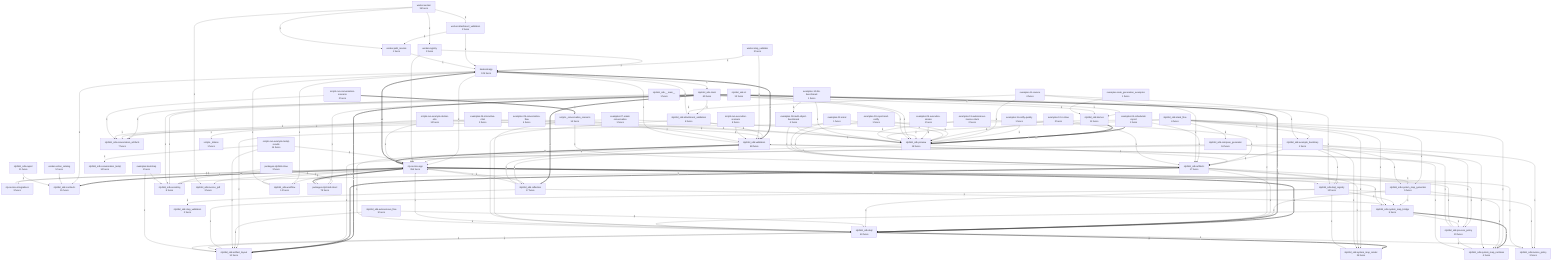
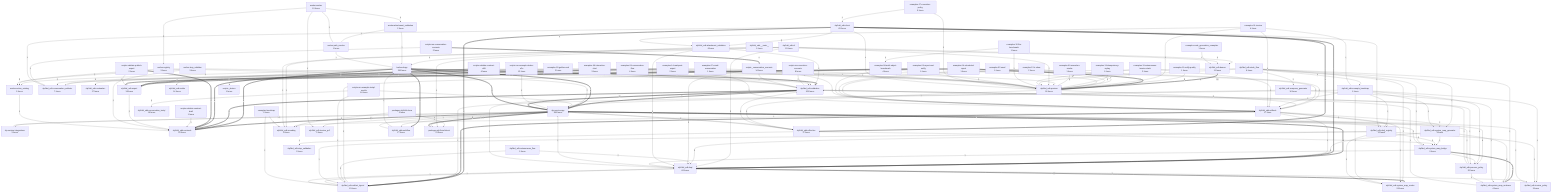
flowchart TD
- %% generated in 0.09s
-     backend__app["backend.app<br/>125 funcs"]
+ %% generated in 0.15s
+     backend__app["backend.app<br/>156 funcs"]
    examples__01_invoice["examples.01-invoice<br/>4 funcs"]
    examples__02_email["examples.02-email<br/>1 funcs"]
    examples__03_report_and_notify["examples.03-report-and-notify<br/>1 funcs"]
    examples__04_scheduled_report["examples.04-scheduled-report<br/>1 funcs"]
    examples__05_conversation_flow["examples.05-conversation-flow<br/>4 funcs"]
    examples__06_interactive_chat["examples.06-interactive-chat<br/>3 funcs"]
    examples__07_email_conversation["examples.07-email-conversation<br/>1 funcs"]
    examples__08_multi_object_benchmark["examples.08-multi-object-benchmark<br/>4 funcs"]
    examples__09_execution_smoke["examples.09-execution-smoke<br/>1 funcs"]
    examples__10_llm_benchmark["examples.10-llm-benchmark<br/>1 funcs"]
    examples__11_notify_quality["examples.11-notify-quality<br/>1 funcs"]
    examples__12_ir_show["examples.12-ir-show<br/>2 funcs"]
    examples__13_autonomous_invoice_stack["examples.13-autonomous-invoice-stack<br/>2 funcs"]
-     examples__bootstrap["examples.bootstrap<br/>1 funcs"]
+     examples__14_markpact_export["examples.14-markpact-export<br/>2 funcs"]
+     examples__15_idempotency_replay["examples.15-idempotency-replay<br/>1 funcs"]
+     examples__16_golden_eval["examples.16-golden-eval<br/>2 funcs"]
+     examples__17_execution_policy["examples.17-execution-policy<br/>5 funcs"]
+     examples__bootstrap["examples.bootstrap<br/>2 funcs"]
    examples__code_generation_examples["examples.code_generation_examples<br/>1 funcs"]
    nlp_service__app["nlp-service.app<br/>356 funcs"]
    nlp_service__integrations["nlp-service.integrations<br/>3 funcs"]
    nlp2dsl_sdk____main__["nlp2dsl_sdk.__main__<br/>1 funcs"]
    nlp2dsl_sdk__artifact_layout["nlp2dsl_sdk.artifact_layout<br/>10 funcs"]
    nlp2dsl_sdk__artifacts["nlp2dsl_sdk.artifacts<br/>17 funcs"]
    nlp2dsl_sdk__attachment_validation["nlp2dsl_sdk.attachment_validation<br/>6 funcs"]
    nlp2dsl_sdk__autonomous_flow["nlp2dsl_sdk.autonomous_flow<br/>5 funcs"]
    nlp2dsl_sdk__cli["nlp2dsl_sdk.cli<br/>13 funcs"]
-     nlp2dsl_sdk__client["nlp2dsl_sdk.client<br/>60 funcs"]
+     nlp2dsl_sdk__client["nlp2dsl_sdk.client<br/>63 funcs"]
    nlp2dsl_sdk__compose_generator["nlp2dsl_sdk.compose_generator<br/>16 funcs"]
-     nlp2dsl_sdk__contracts["nlp2dsl_sdk.contracts<br/>15 funcs"]
+     nlp2dsl_sdk__contracts["nlp2dsl_sdk.contracts<br/>26 funcs"]
    nlp2dsl_sdk__conversation_artifacts["nlp2dsl_sdk.conversation_artifacts<br/>7 funcs"]
    nlp2dsl_sdk__conversation_testql["nlp2dsl_sdk.conversation_testql<br/>10 funcs"]
    nlp2dsl_sdk__demos["nlp2dsl_sdk.demos<br/>11 funcs"]
    nlp2dsl_sdk__doql["nlp2dsl_sdk.doql<br/>60 funcs"]
    nlp2dsl_sdk__doql_registry["nlp2dsl_sdk.doql_registry<br/>12 funcs"]
    nlp2dsl_sdk__encoding["nlp2dsl_sdk.encoding<br/>8 funcs"]
+     nlp2dsl_sdk__evaluation["nlp2dsl_sdk.evaluation<br/>17 funcs"]
    nlp2dsl_sdk__example_bootstrap["nlp2dsl_sdk.example_bootstrap<br/>1 funcs"]
-     nlp2dsl_sdk__export["nlp2dsl_sdk.export<br/>11 funcs"]
+     nlp2dsl_sdk__export["nlp2dsl_sdk.export<br/>18 funcs"]
    nlp2dsl_sdk__invoice_pdf["nlp2dsl_sdk.invoice_pdf<br/>3 funcs"]
    nlp2dsl_sdk__invoice_policy["nlp2dsl_sdk.invoice_policy<br/>3 funcs"]
+     nlp2dsl_sdk__mullm["nlp2dsl_sdk.mullm<br/>14 funcs"]
    nlp2dsl_sdk__preview["nlp2dsl_sdk.preview<br/>18 funcs"]
    nlp2dsl_sdk__process_policy["nlp2dsl_sdk.process_policy<br/>20 funcs"]
    nlp2dsl_sdk__reflection["nlp2dsl_sdk.reflection<br/>17 funcs"]
    nlp2dsl_sdk__stack_flow["nlp2dsl_sdk.stack_flow<br/>6 funcs"]
    nlp2dsl_sdk__step_validation["nlp2dsl_sdk.step_validation<br/>2 funcs"]
    nlp2dsl_sdk__system_map_bridge["nlp2dsl_sdk.system_map_bridge<br/>5 funcs"]
    nlp2dsl_sdk__system_map_generator["nlp2dsl_sdk.system_map_generator<br/>5 funcs"]
    nlp2dsl_sdk__system_map_render["nlp2dsl_sdk.system_map_render<br/>26 funcs"]
    nlp2dsl_sdk__system_map_runtimes["nlp2dsl_sdk.system_map_runtimes<br/>4 funcs"]
-     nlp2dsl_sdk__validation["nlp2dsl_sdk.validation<br/>88 funcs"]
-     nlp2dsl_sdk__workflow["nlp2dsl_sdk.workflow<br/>12 funcs"]
+     nlp2dsl_sdk__validation["nlp2dsl_sdk.validation<br/>103 funcs"]
+     nlp2dsl_sdk__workflow["nlp2dsl_sdk.workflow<br/>17 funcs"]
    packages__nlp2cmd_intent["packages.nlp2cmd-intent<br/>78 funcs"]
    packages__nlp2dsl_show["packages.nlp2dsl-show<br/>3 funcs"]
    scripts___conversation_scenario["scripts._conversation_scenario<br/>14 funcs"]
    scripts___dotenv["scripts._dotenv<br/>1 funcs"]
    scripts__run_conversation_scenario["scripts.run-conversation-scenario<br/>2 funcs"]
    scripts__run_example_docker_e2e["scripts.run-example-docker-e2e<br/>12 funcs"]
    scripts__run_example_testql_results["scripts.run-example-testql-results<br/>14 funcs"]
    scripts__run_execution_scenario["scripts.run-execution-scenario<br/>8 funcs"]
+     scripts__validate_contract_draft["scripts.validate-contract-draft<br/>1 funcs"]
+     scripts__validate_contract_drift["scripts.validate-contract-drift<br/>4 funcs"]
+     scripts__validate_publish_export["scripts.validate-publish-export<br/>2 funcs"]
    worker__action_catalog["worker.action_catalog<br/>5 funcs"]
    worker__attachment_validation["worker.attachment_validation<br/>2 funcs"]
    worker__path_resolve["worker.path_resolve<br/>1 funcs"]
    worker__registry["worker.registry<br/>3 funcs"]
    worker__step_validator["worker.step_validator<br/>3 funcs"]
    worker__worker["worker.worker<br/>15 funcs"]
+     nlp_service__app ==>|20| nlp2dsl_sdk__contracts
    nlp2dsl_sdk__doql ==>|18| nlp2dsl_sdk__system_map_render
-     nlp_service__app ==>|18| nlp2dsl_sdk__contracts
    nlp_service__app ==>|15| nlp2dsl_sdk__doql
-     nlp_service__app ==>|11| backend__app
    nlp_service__app ==>|11| nlp2dsl_sdk__validation
    nlp2dsl_sdk__demos ==>|10| nlp2dsl_sdk__preview
+     nlp2dsl_sdk__validation ==>|9| nlp_service__app
+     nlp_service__app ==>|9| backend__app
    scripts__run_conversation_scenario ==>|8| scripts___conversation_scenario
+     backend__app ==>|7| nlp2dsl_sdk__validation
    packages__nlp2cmd_intent ==>|7| nlp_service__app
    nlp2dsl_sdk__client ==>|7| nlp2dsl_sdk__doql
+     backend__app ==>|5| nlp2dsl_sdk__workflow
+     backend__app ==>|5| nlp2dsl_sdk__contracts
    nlp2dsl_sdk__client ==>|5| nlp2dsl_sdk__artifact_layout
-     backend__app ==>|4| nlp2dsl_sdk__validation
+     backend__app ==>|4| nlp_service__app
    nlp2dsl_sdk__artifacts ==>|4| nlp2dsl_sdk__artifact_layout
-     nlp2dsl_sdk__client ==>|4| nlp2dsl_sdk__reflection
    nlp2dsl_sdk__system_map_bridge ==>|4| nlp2dsl_sdk__system_map_runtimes
    examples__04_scheduled_report ==>|4| nlp2dsl_sdk__preview
-     backend__app -->|3| nlp2dsl_sdk__contracts
-     backend__app -->|3| nlp_service__app
-     nlp2dsl_sdk__client -->|3| nlp2dsl_sdk__attachment_validation
+     examples__04_scheduled_report ==>|4| nlp2dsl_sdk__export
+     nlp2dsl_sdk__validation ==>|4| nlp2dsl_sdk__contracts
+     examples__14_markpact_export ==>|4| nlp2dsl_sdk__export
+     examples__03_report_and_notify ==>|4| nlp2dsl_sdk__export
+     scripts__validate_contract_drift ==>|4| nlp2dsl_sdk__contracts
+     scripts__validate_publish_export ==>|4| nlp2dsl_sdk__contracts
+     nlp2dsl_sdk__client ==>|4| nlp2dsl_sdk__reflection
+     backend__app -->|3| worker__action_catalog
    nlp2dsl_sdk__attachment_validation -->|3| nlp2dsl_sdk__validation
    nlp2dsl_sdk__stack_flow -->|3| nlp2dsl_sdk__compose_generator
+     nlp2dsl_sdk__preview -->|3| nlp2dsl_sdk__artifacts
    examples__11_notify_quality -->|3| nlp2dsl_sdk__preview
    examples__01_invoice -->|3| nlp2dsl_sdk__preview
    examples__12_ir_show -->|3| nlp2dsl_sdk__preview
-     examples__03_report_and_notify -->|3| nlp2dsl_sdk__preview
    examples__02_email -->|3| nlp2dsl_sdk__preview
    nlp_service__app -->|3| nlp2dsl_sdk__workflow
    nlp_service__app -->|3| nlp2dsl_sdk__process_policy
-     worker__step_validator -->|3| backend__app
    scripts__run_example_docker_e2e -->|3| nlp2dsl_sdk__validation
-     nlp2dsl_sdk__preview -->|3| nlp2dsl_sdk__artifacts
+     backend__app -->|3| nlp2dsl_sdk__mullm
+     examples__03_report_and_notify -->|3| nlp2dsl_sdk__preview
+     examples__16_golden_eval -->|3| nlp2dsl_sdk__evaluation
+     examples__15_idempotency_replay -->|3| nlp2dsl_sdk__preview
+     scripts__validate_publish_export -->|3| nlp2dsl_sdk__export
+     nlp2dsl_sdk__client -->|3| nlp2dsl_sdk__attachment_validation
+     scripts__validate_contract_draft -->|3| nlp2dsl_sdk__contracts
    nlp2dsl_sdk__system_map_generator -->|2| nlp2dsl_sdk__doql
    nlp2dsl_sdk__artifacts -->|2| nlp2dsl_sdk__doql
    nlp2dsl_sdk__cli -->|2| nlp2dsl_sdk__doql
    nlp2dsl_sdk__example_bootstrap -->|2| nlp2dsl_sdk__artifact_layout
    nlp2dsl_sdk__doql_registry -->|2| nlp2dsl_sdk__doql
    nlp2dsl_sdk__invoice_policy -->|2| nlp_service__app
    nlp2dsl_sdk__attachment_validation -->|2| backend__app
    nlp2dsl_sdk__stack_flow -->|2| nlp2dsl_sdk__system_map_generator
    nlp2dsl_sdk__stack_flow -->|2| nlp2dsl_sdk__system_map_runtimes
    nlp2dsl_sdk__stack_flow -->|2| nlp2dsl_sdk__artifact_layout
    nlp2dsl_sdk__stack_flow -->|2| nlp2dsl_sdk__system_map_render
    nlp2dsl_sdk__autonomous_flow -->|2| nlp2dsl_sdk__doql
    nlp2dsl_sdk__autonomous_flow -->|2| nlp2dsl_sdk__artifact_layout
    nlp2dsl_sdk__process_policy -->|2| nlp_service__app
-     nlp2dsl_sdk__validation -->|2| nlp_service__app
+     nlp2dsl_sdk__export -->|2| nlp2dsl_sdk__contracts
    examples__09_execution_smoke -->|2| nlp2dsl_sdk__preview
    examples__07_email_conversation -->|2| nlp2dsl_sdk__preview
    worker__registry -->|2| nlp_service__app
-     worker__registry -->|2| backend__app
+     worker__registry -->|2| worker__action_catalog
+     worker__step_validator -->|2| nlp2dsl_sdk__contracts
    worker__step_validator -->|2| nlp2dsl_sdk__validation
    worker__worker -->|2| worker__registry
    scripts__run_execution_scenario -->|2| nlp2dsl_sdk__validation
-     scripts__run_example_testql_results -->|2| nlp2dsl_sdk__artifact_layout
    scripts___conversation_scenario -->|2| nlp2dsl_sdk__validation
    scripts___conversation_scenario -->|2| nlp2dsl_sdk__doql
-     backend__app -->|1| nlp2dsl_sdk__client
+     scripts__run_example_testql_results -->|2| nlp2dsl_sdk__artifact_layout
+     examples__04_scheduled_report -->|2| nlp2dsl_sdk__artifacts
+     examples__03_report_and_notify -->|2| nlp2dsl_sdk__artifacts
+     examples__17_execution_policy -->|2| nlp2dsl_sdk__client
    packages__nlp2dsl_show -->|1| nlp2dsl_sdk__encoding
    packages__nlp2dsl_show -->|1| packages__nlp2cmd_intent
    nlp2dsl_sdk__system_map_generator -->|1| nlp2dsl_sdk__system_map_runtimes
    nlp2dsl_sdk__system_map_generator -->|1| nlp2dsl_sdk__system_map_bridge
    nlp2dsl_sdk__artifacts -->|1| nlp2dsl_sdk__encoding
    nlp2dsl_sdk__artifacts -->|1| nlp2dsl_sdk__system_map_generator
    nlp2dsl_sdk__artifacts -->|1| nlp2dsl_sdk__doql_registry
    nlp2dsl_sdk__artifacts -->|1| nlp2dsl_sdk__system_map_render
    nlp2dsl_sdk__cli -->|1| packages__nlp2cmd_intent
    nlp2dsl_sdk__cli -->|1| nlp2dsl_sdk__preview
    nlp2dsl_sdk__cli -->|1| nlp2dsl_sdk__demos
    nlp2dsl_sdk__cli -->|1| nlp2dsl_sdk__encoding
    nlp2dsl_sdk__example_bootstrap -->|1| nlp2dsl_sdk__system_map_generator
    nlp2dsl_sdk__example_bootstrap -->|1| nlp2dsl_sdk__doql_registry
    nlp2dsl_sdk__example_bootstrap -->|1| nlp2dsl_sdk__process_policy
    nlp2dsl_sdk__example_bootstrap -->|1| nlp2dsl_sdk__invoice_policy
    nlp2dsl_sdk__example_bootstrap -->|1| nlp2dsl_sdk__system_map_render
    nlp2dsl_sdk__example_bootstrap -->|1| nlp2dsl_sdk__artifacts
    nlp2dsl_sdk__doql_registry -->|1| nlp2dsl_sdk__invoice_policy
    nlp2dsl_sdk__doql_registry -->|1| nlp2dsl_sdk__system_map_bridge
    nlp2dsl_sdk__doql_registry -->|1| nlp2dsl_sdk__system_map_render
    nlp2dsl_sdk__doql_registry -->|1| nlp2dsl_sdk__artifact_layout
-     nlp2dsl_sdk__client -->|1| nlp2dsl_sdk__preview
-     nlp2dsl_sdk__client -->|1| nlp2dsl_sdk__conversation_artifacts
-     nlp2dsl_sdk__client -->|1| nlp2dsl_sdk__doql_registry
    nlp2dsl_sdk____main__ -->|1| nlp2dsl_sdk__encoding
    nlp2dsl_sdk____main__ -->|1| nlp2dsl_sdk__demos
    nlp2dsl_sdk__attachment_validation -->|1| nlp2dsl_sdk__doql
    nlp2dsl_sdk__system_map_bridge -->|1| nlp2dsl_sdk__process_policy
    nlp2dsl_sdk__system_map_bridge -->|1| nlp2dsl_sdk__doql
+     nlp2dsl_sdk__reflection -->|1| nlp2dsl_sdk__validation
+     nlp2dsl_sdk__reflection -->|1| nlp_service__app
+     nlp2dsl_sdk__reflection -->|1| nlp2dsl_sdk__step_validation
+     nlp2dsl_sdk__reflection -->|1| nlp2dsl_sdk__system_map_bridge
    nlp2dsl_sdk__stack_flow -->|1| nlp2dsl_sdk__example_bootstrap
    nlp2dsl_sdk__stack_flow -->|1| nlp2dsl_sdk__preview
    nlp2dsl_sdk__stack_flow -->|1| nlp2dsl_sdk__system_map_bridge
    nlp2dsl_sdk__compose_generator -->|1| nlp_service__app
    nlp2dsl_sdk__compose_generator -->|1| nlp2dsl_sdk__system_map_runtimes
+     nlp2dsl_sdk__preview -->|1| nlp2dsl_sdk__reflection
    nlp2dsl_sdk__process_policy -->|1| nlp2dsl_sdk__validation
    nlp2dsl_sdk__process_policy -->|1| nlp2dsl_sdk__system_map_runtimes
    nlp2dsl_sdk__artifact_layout -->|1| nlp2dsl_sdk__doql
    nlp2dsl_sdk__workflow -->|1| backend__app
    nlp2dsl_sdk__workflow -->|1| nlp_service__app
+     nlp2dsl_sdk__validation -->|1| nlp2dsl_sdk__system_map_runtimes
    nlp2dsl_sdk__validation -->|1| backend__app
    nlp2dsl_sdk__doql -->|1| nlp2dsl_sdk__artifact_layout
    nlp2dsl_sdk__doql -->|1| nlp_service__app
    nlp2dsl_sdk__doql -->|1| nlp2dsl_sdk__invoice_policy
    nlp2dsl_sdk__doql -->|1| nlp2dsl_sdk__validation
-     examples__bootstrap -->|1| nlp2dsl_sdk__encoding
-     examples__bootstrap -->|1| nlp2dsl_sdk__artifact_layout
    examples__code_generation_examples -->|1| nlp2dsl_sdk__demos
    examples__13_autonomous_invoice_stack -->|1| nlp2dsl_sdk__artifacts
    examples__13_autonomous_invoice_stack -->|1| nlp2dsl_sdk__preview
    examples__10_llm_benchmark -->|1| examples__08_multi_object_benchmark
    examples__10_llm_benchmark -->|1| nlp2dsl_sdk__preview
    examples__05_conversation_flow -->|1| nlp2dsl_sdk__conversation_artifacts
    examples__05_conversation_flow -->|1| nlp2dsl_sdk__preview
-     examples__04_scheduled_report -->|1| nlp2dsl_sdk__artifacts
    examples__01_invoice -->|1| nlp2dsl_sdk__example_bootstrap
    examples__01_invoice -->|1| nlp2dsl_sdk__artifacts
    examples__01_invoice -->|1| nlp2dsl_sdk__attachment_validation
    examples__12_ir_show -->|1| nlp2dsl_sdk__artifacts
    examples__07_email_conversation -->|1| nlp2dsl_sdk__conversation_artifacts
-     examples__03_report_and_notify -->|1| nlp2dsl_sdk__artifacts
    examples__02_email -->|1| nlp2dsl_sdk__artifacts
    examples__06_interactive_chat -->|1| nlp2dsl_sdk__preview
    examples__06_interactive_chat -->|1| nlp2dsl_sdk__conversation_artifacts
    examples__08_multi_object_benchmark -->|1| nlp2dsl_sdk__artifacts
    examples__08_multi_object_benchmark -->|1| nlp2dsl_sdk__preview
    nlp_service__app -->|1| nlp2dsl_sdk__doql_registry
    nlp_service__app -->|1| nlp2dsl_sdk__system_map_bridge
    nlp_service__app -->|1| nlp2dsl_sdk__reflection
    nlp_service__app -->|1| nlp2dsl_sdk__invoice_pdf
    nlp_service__app -->|1| nlp_service__integrations
    nlp_service__app -->|1| packages__nlp2cmd_intent
    nlp_service__integrations -->|1| nlp_service__app
-     worker__action_catalog -->|1| nlp2dsl_sdk__contracts
+     worker__step_validator -->|1| worker__action_catalog
    worker__attachment_validation -->|1| worker__path_resolve
    worker__attachment_validation -->|1| backend__app
    worker__path_resolve -->|1| backend__app
    worker__worker -->|1| worker__attachment_validation
    worker__worker -->|1| worker__path_resolve
    worker__worker -->|1| nlp2dsl_sdk__invoice_pdf
+     scripts___conversation_scenario -->|1| nlp2dsl_sdk__artifacts
    scripts__run_example_testql_results -->|1| nlp2dsl_sdk__conversation_testql
    scripts__run_example_testql_results -->|1| nlp_service__app
    scripts__run_example_docker_e2e -->|1| nlp_service__app
    scripts__run_example_docker_e2e -->|1| scripts___dotenv
-     backend__app -->|1| nlp2dsl_sdk__workflow
-     nlp2dsl_sdk__reflection -->|1| nlp2dsl_sdk__validation
-     nlp2dsl_sdk__reflection -->|1| nlp_service__app
-     nlp2dsl_sdk__reflection -->|1| nlp2dsl_sdk__step_validation
-     nlp2dsl_sdk__reflection -->|1| nlp2dsl_sdk__system_map_bridge
-     nlp2dsl_sdk__preview -->|1| nlp2dsl_sdk__reflection
-     nlp2dsl_sdk__export -->|1| nlp2dsl_sdk__contracts
-     nlp2dsl_sdk__validation -->|1| nlp2dsl_sdk__system_map_runtimes
-     scripts___conversation_scenario -->|1| nlp2dsl_sdk__artifacts
    scripts__run_conversation_scenario -->|1| nlp2dsl_sdk__conversation_artifacts
+     examples__bootstrap -->|1| nlp2dsl_sdk__encoding
+     examples__bootstrap -->|1| nlp2dsl_sdk__artifact_layout
+     examples__14_markpact_export -->|1| nlp2dsl_sdk__artifacts
+     examples__14_markpact_export -->|1| nlp2dsl_sdk__preview
+     examples__16_golden_eval -->|1| nlp2dsl_sdk__preview
+     worker__action_catalog -->|1| nlp2dsl_sdk__contracts
+     examples__17_execution_policy -->|1| nlp2dsl_sdk__preview
+     scripts__validate_contract_drift -->|1| nlp2dsl_sdk__validation
+     nlp2dsl_sdk__client -->|1| nlp2dsl_sdk__preview
+     nlp2dsl_sdk__client -->|1| nlp2dsl_sdk__conversation_artifacts
+     nlp2dsl_sdk__client -->|1| nlp2dsl_sdk__doql_registry
+     nlp2dsl_sdk__validation -->|1| nlp2dsl_sdk__process_policy
